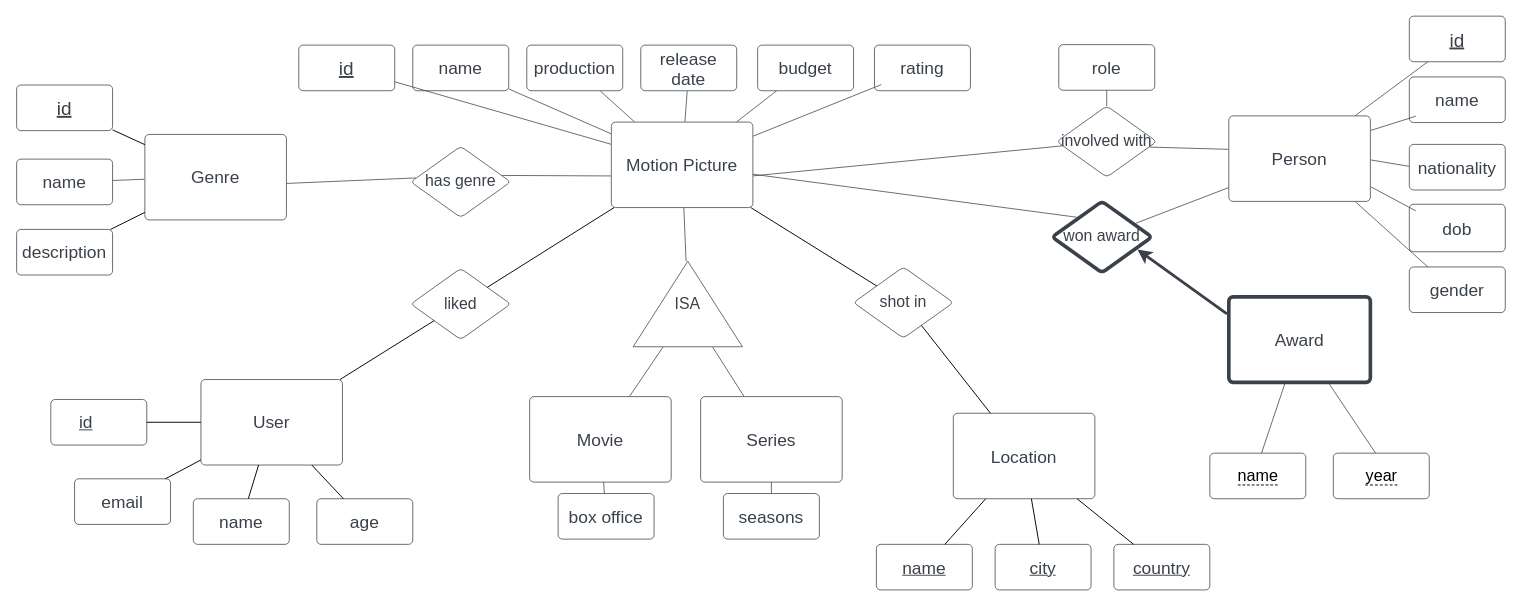
This is ER Diagram.drawio from BOBONA/DBMS-COSI127B, a draw.io file, before an edit. Source tidied: cells renumbered, new cells numbered last; positions are measured from the earlier drawing's top-left corner, leaving out a move shared by most shapes. Both pictures are drawn from the tidied source at 95%, with x=0, y=0 at pixel (16, 16).
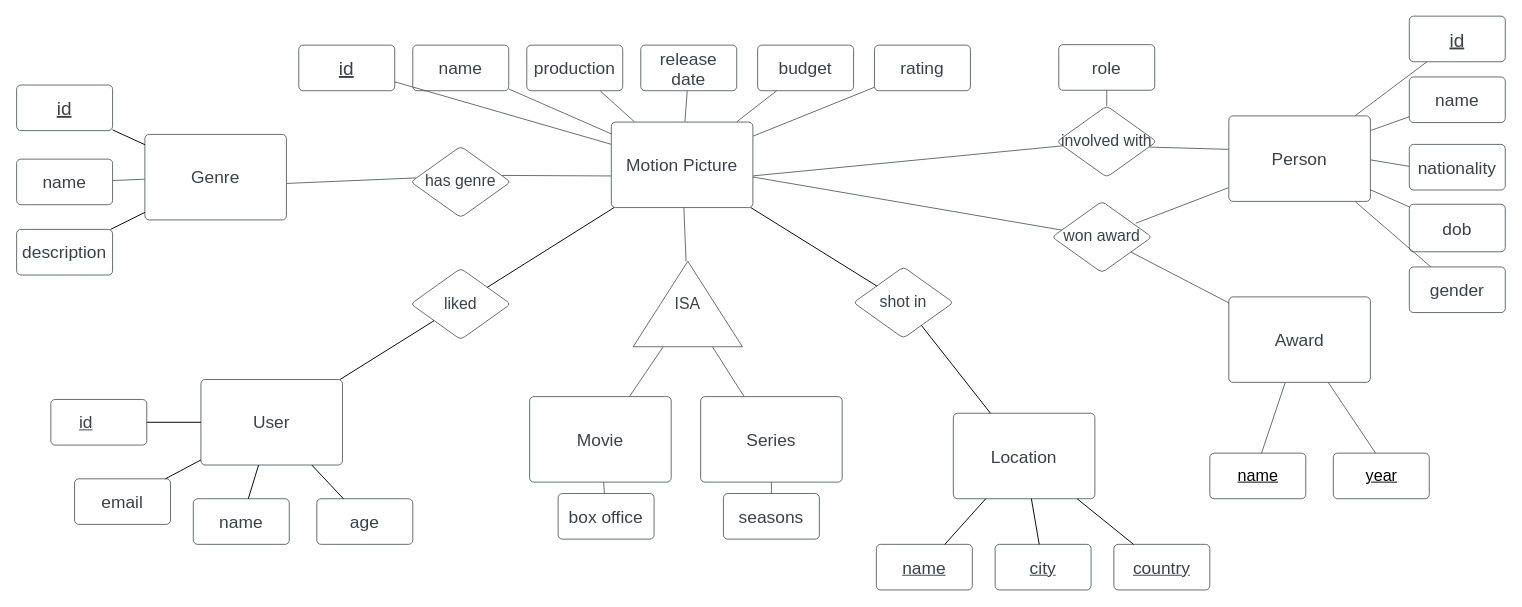
Above is the later version.

The change refers to these unchanged cells:
```xml
<mxCell id="2" value="Motion Picture" style="html=1;overflow=block;blockSpacing=1;whiteSpace=wrap;fontSize=18.3;fontColor=#3a414a;spacing=9;strokeColor=#3a414a;strokeOpacity=100;rounded=1;absoluteArcSize=1;arcSize=9;strokeWidth=0.8;lucidId=EhC.puBz8QKm;" parent="1" vertex="1">
  <mxGeometry x="626" y="111" width="149" height="90" as="geometry" />
</mxCell>
<mxCell id="8" value="rating" style="html=1;overflow=block;blockSpacing=1;whiteSpace=wrap;fontSize=18.3;fontColor=#3a414a;spacing=3.8;strokeColor=#3a414a;strokeOpacity=100;rounded=1;absoluteArcSize=1;arcSize=9;strokeWidth=0.8;lucidId=EhC.i43d71ts;" parent="1" vertex="1">
  <mxGeometry x="903" y="30" width="101" height="48" as="geometry" />
</mxCell>
<mxCell id="23" value="Person" style="html=1;overflow=block;blockSpacing=1;whiteSpace=wrap;fontSize=18.3;fontColor=#3a414a;spacing=9;strokeColor=#3a414a;strokeOpacity=100;rounded=1;absoluteArcSize=1;arcSize=9;strokeWidth=0.8;lucidId=EhC.wSKpIc.s;" parent="1" vertex="1">
  <mxGeometry x="1276" y="104.5" width="149" height="90" as="geometry" />
</mxCell>
<mxCell id="24" value="id" style="html=1;overflow=block;blockSpacing=1;whiteSpace=wrap;fontSize=20;fontColor=#3a414a;fontStyle=4;spacing=3.8;strokeColor=#3a414a;strokeOpacity=100;rounded=1;absoluteArcSize=1;arcSize=9;strokeWidth=0.8;lucidId=EhC._QKX56Lp;" parent="1" vertex="1">
  <mxGeometry x="1466" y="-0.5" width="101" height="48" as="geometry" />
</mxCell>
<mxCell id="25" value="name" style="html=1;overflow=block;blockSpacing=1;whiteSpace=wrap;fontSize=18.3;fontColor=#3a414a;spacing=3.8;strokeColor=#3a414a;strokeOpacity=100;rounded=1;absoluteArcSize=1;arcSize=9;strokeWidth=0.8;lucidId=EhC.zysOP_Ow;" parent="1" vertex="1">
  <mxGeometry x="1466" y="63.5" width="101" height="48" as="geometry" />
</mxCell>
<mxCell id="27" value="dob" style="html=1;overflow=block;blockSpacing=1;whiteSpace=wrap;fontSize=18.3;fontColor=#3a414a;spacing=3.8;strokeColor=#3a414a;strokeOpacity=100;rounded=1;absoluteArcSize=1;arcSize=9;strokeWidth=0.8;lucidId=EhC.PedF_u0f;" parent="1" vertex="1">
  <mxGeometry x="1466" y="197.5" width="101" height="50" as="geometry" />
</mxCell>
<mxCell id="28" value="gender" style="html=1;overflow=block;blockSpacing=1;whiteSpace=wrap;fontSize=18.3;fontColor=#3a414a;spacing=3.8;strokeColor=#3a414a;strokeOpacity=100;rounded=1;absoluteArcSize=1;arcSize=9;strokeWidth=0.8;lucidId=EhC.qQ7s1gyy;" parent="1" vertex="1">
  <mxGeometry x="1466" y="263.5" width="101" height="48" as="geometry" />
</mxCell>
<mxCell id="57" style="group;" parent="56" vertex="1">
  <mxGeometry width="101" height="48" as="geometry" />
</mxCell>
```

The edit, as a diff of the source:
```diff
@@
-    <mxCell id="33" style="html=1;jettySize=18;whiteSpace=wrap;fontSize=13;strokeColor=#3a414a;strokeOpacity=100;strokeWidth=0.8;rounded=0;startArrow=none;endArrow=none;exitX=0.194;exitY=0.999;exitPerimeter=0;entryX=0.894;entryY=-0.004;entryPerimeter=0;lucidId=EhC.ArO0ruCg;" parent="1" edge="1" source="24" target="23">
+    <mxCell id="33" style="html=1;jettySize=18;whiteSpace=wrap;fontSize=13;strokeColor=#3a414a;strokeOpacity=100;strokeWidth=0.8;rounded=0;startArrow=none;endArrow=none;entryX=0.894;entryY=-0.004;entryPerimeter=0;lucidId=EhC.ArO0ruCg;" parent="1" edge="1" source="24" target="23">
       <mxGeometry relative="1" as="geometry" />
     </mxCell>
-    <mxCell id="34" style="html=1;jettySize=18;whiteSpace=wrap;fontSize=13;strokeColor=#3a414a;strokeOpacity=100;strokeWidth=0.8;rounded=0;startArrow=none;endArrow=none;exitX=0.068;exitY=0.861;exitPerimeter=0;entryX=1.003;entryY=0.17;entryPerimeter=0;lucidId=EhC.6OOZB6zs;" parent="1" edge="1" source="25" target="23">
+    <mxCell id="34" style="html=1;jettySize=18;whiteSpace=wrap;fontSize=13;strokeColor=#3a414a;strokeOpacity=100;strokeWidth=0.8;rounded=0;startArrow=none;endArrow=none;entryX=1.003;entryY=0.17;entryPerimeter=0;lucidId=EhC.6OOZB6zs;" parent="1" edge="1" source="25" target="23">
       <mxGeometry relative="1" as="geometry" />
     </mxCell>
@@
-    <mxCell id="36" style="html=1;jettySize=18;whiteSpace=wrap;fontSize=13;strokeColor=#3a414a;strokeOpacity=100;strokeWidth=0.8;rounded=0;startArrow=none;endArrow=none;exitX=0.068;exitY=0.14;exitPerimeter=0;entryX=1.003;entryY=0.829;entryPerimeter=0;lucidId=EhC.YfRu-2Yf;" parent="1" edge="1" source="27" target="23">
+    <mxCell id="36" style="html=1;jettySize=18;whiteSpace=wrap;fontSize=13;strokeColor=#3a414a;strokeOpacity=100;strokeWidth=0.8;rounded=0;startArrow=none;endArrow=none;lucidId=EhC.YfRu-2Yf;" parent="1" edge="1" source="27" target="23">
       <mxGeometry relative="1" as="geometry" />
     </mxCell>
-    <mxCell id="37" style="html=1;jettySize=18;whiteSpace=wrap;fontSize=13;strokeColor=#3a414a;strokeOpacity=100;strokeWidth=0.8;rounded=0;startArrow=none;endArrow=none;exitX=0.194;exitY=0.001;exitPerimeter=0;entryX=0.894;entryY=1.004;entryPerimeter=0;lucidId=EhC.5wpvCMhJ;" parent="1" edge="1" source="28" target="23">
+    <mxCell id="37" style="html=1;jettySize=18;whiteSpace=wrap;fontSize=13;strokeColor=#3a414a;strokeOpacity=100;strokeWidth=0.8;rounded=0;startArrow=none;endArrow=none;entryX=0.894;entryY=1.004;entryPerimeter=0;lucidId=EhC.5wpvCMhJ;" parent="1" edge="1" source="28" target="23">
       <mxGeometry relative="1" as="geometry" />
     </mxCell>
@@
-    <mxCell id="41" style="html=1;jettySize=18;whiteSpace=wrap;fontSize=13;strokeColor=#3a414a;strokeOpacity=100;strokeWidth=0.8;rounded=0;startArrow=none;endArrow=none;exitX=0.071;exitY=0.866;exitPerimeter=0;entryX=1.003;entryY=0.164;entryPerimeter=0;lucidId=EhC.ntxs.3hi;" parent="1" edge="1" source="8" target="2">
+    <mxCell id="41" style="html=1;jettySize=18;whiteSpace=wrap;fontSize=13;strokeColor=#3a414a;strokeOpacity=100;strokeWidth=0.8;rounded=0;startArrow=none;endArrow=none;entryX=1.003;entryY=0.164;entryPerimeter=0;lucidId=EhC.ntxs.3hi;" parent="1" edge="1" source="8" target="2">
       <mxGeometry relative="1" as="geometry" />
     </mxCell>
@@
-    <mxCell id="49" value="won award" style="html=1;overflow=block;blockSpacing=1;whiteSpace=wrap;rhombus;fontSize=16.7;fontColor=#3a414a;spacing=3.8;strokeColor=#3a414a;strokeOpacity=100;rounded=1;absoluteArcSize=1;arcSize=9;strokeWidth=3.8;lucidId=EhC.Hkq8IfsG;" parent="1" vertex="1">
+    <mxCell id="49" value="won award" style="html=1;overflow=block;blockSpacing=1;whiteSpace=wrap;rhombus;fontSize=16.7;fontColor=#3a414a;spacing=3.8;strokeColor=#3a414a;strokeOpacity=100;rounded=1;absoluteArcSize=1;arcSize=9;strokeWidth=0.8;lucidId=EhC.Hkq8IfsG;" parent="1" vertex="1">
       <mxGeometry x="1090" y="194.5" width="105" height="75" as="geometry" />
     </mxCell>
-    <mxCell id="50" value="Award" style="html=1;overflow=block;blockSpacing=1;whiteSpace=wrap;fontSize=18.3;fontColor=#3a414a;spacing=9;strokeColor=#3a414a;strokeOpacity=100;rounded=1;absoluteArcSize=1;arcSize=9;strokeWidth=3.8;lucidId=EhC.j_HUIlur;" parent="1" vertex="1">
+    <mxCell id="50" value="Award" style="html=1;overflow=block;blockSpacing=1;whiteSpace=wrap;fontSize=18.3;fontColor=#3a414a;spacing=9;strokeColor=#3a414a;strokeOpacity=100;rounded=1;absoluteArcSize=1;arcSize=9;strokeWidth=0.8;lucidId=EhC.j_HUIlur;" parent="1" vertex="1">
       <mxGeometry x="1276" y="295" width="149" height="90" as="geometry" />
     </mxCell>
-    <mxCell id="51" style="html=1;jettySize=18;whiteSpace=wrap;fontSize=13;strokeColor=#3a414a;strokeOpacity=100;strokeWidth=3;rounded=0;startArrow=none;exitX=-0.013;exitY=0.199;exitPerimeter=0;entryX=0.855;entryY=0.676;entryPerimeter=0;lucidId=EhC.tVhlT~P_;" parent="1" edge="1" source="50" target="49">
-      <mxGeometry relative="1" as="geometry" />
-    </mxCell>
@@
-    <mxCell id="53" style="html=1;jettySize=18;whiteSpace=wrap;fontSize=13;strokeColor=#3a414a;strokeOpacity=100;strokeWidth=0.8;rounded=0;startArrow=none;endArrow=none;entryX=0.247;entryY=0.222;entryPerimeter=0;lucidId=EhC.ZwT7tfKE;" parent="1" edge="1" source="2" target="49">
+    <mxCell id="53" style="html=1;jettySize=18;whiteSpace=wrap;fontSize=13;strokeColor=#3a414a;strokeOpacity=100;strokeWidth=0.8;rounded=0;startArrow=none;endArrow=none;lucidId=EhC.ZwT7tfKE;" parent="1" edge="1" source="2" target="49">
       <mxGeometry relative="1" as="geometry" />
     </mxCell>
@@
-    <mxCell id="59" value="&lt;u style=&quot;border-bottom: 1px dashed rgb(0, 0, 0); text-decoration: none; font-size: 17px;&quot;&gt;year&lt;/u&gt;" style="text;html=1;strokeColor=none;fillColor=none;align=center;verticalAlign=middle;whiteSpace=wrap;rounded=0;fontSize=17;" parent="57" vertex="1">
+    <mxCell id="59" value="year" style="text;html=1;strokeColor=none;fillColor=none;align=center;verticalAlign=middle;whiteSpace=wrap;rounded=0;fontSize=17;fontStyle=4;" parent="57" vertex="1">
       <mxGeometry x="20.5" y="9" width="60" height="30" as="geometry" />
     </mxCell>
-    <mxCell id="60" style="group;" parent="1" vertex="1">
+    <mxCell id="60" style="group;fontStyle=0;" parent="1" vertex="1">
       <mxGeometry x="1256" y="459.5" width="101" height="48" as="geometry" />
     </mxCell>
@@
-    <mxCell id="62" value="&lt;u style=&quot;border-bottom: 1px dashed rgb(0, 0, 0); text-decoration: none; font-size: 17px;&quot;&gt;name&lt;/u&gt;" style="text;html=1;strokeColor=none;fillColor=none;align=center;verticalAlign=middle;whiteSpace=wrap;rounded=0;fontSize=17;" parent="60" vertex="1">
+    <mxCell id="62" value="name" style="text;html=1;strokeColor=none;fillColor=none;align=center;verticalAlign=middle;whiteSpace=wrap;rounded=0;fontSize=17;fontStyle=4;" parent="60" vertex="1">
       <mxGeometry x="20.5" y="9" width="60" height="30" as="geometry" />
     </mxCell>
@@
+    <mxCell id="51" style="html=1;jettySize=18;whiteSpace=wrap;fontSize=13;strokeColor=#3a414a;strokeOpacity=100;strokeWidth=0.8;rounded=0;startArrow=none;endArrow=none;lucidId=EhC.1EsKoWqu;" parent="1" edge="1" source="50" target="49">
+      <mxGeometry relative="1" as="geometry" />
+    </mxCell>
```
